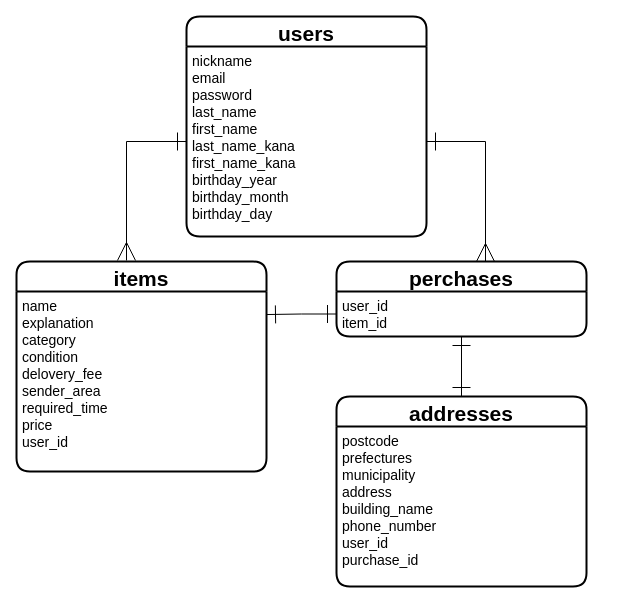
Before: er.dio in green-and/furima-33824, a draw.io diagram. Source tidied: cells renumbered, new cells numbered last; positions are measured from the earlier drawing's top-left corner, leaving out a move shared by most shapes. Both pictures are drawn from the tidied source at 100%, with x=0, y=0 at pixel (16, 16).
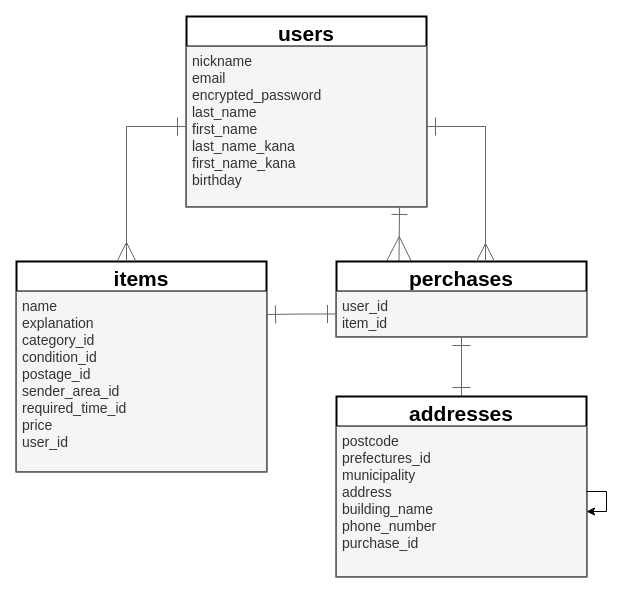
Above is the later version.

Commit message (it also covers changes not shown here):
データベース設計修正#1

The edit, as a diff of the source:
```diff
@@
 <mxGraphModel>
   <root>
     <mxCell id="0" />
     <mxCell id="1" parent="0" />
-    <mxCell id="2" value="items" style="swimlane;horizontal=1;startSize=30;rounded=1;fontSize=21;fontStyle=1;strokeWidth=2;shadow=0;dashed=0;align=center;" parent="1" vertex="1">
+    <mxCell id="2" value="items" style="swimlane;horizontal=1;startSize=30;rounded=1;fontSize=21;fontStyle=1;strokeWidth=2;shadow=0;dashed=0;align=center;arcSize=0;" parent="1" vertex="1">
       <mxGeometry y="245" width="250" height="210" as="geometry" />
     </mxCell>
-    <mxCell id="3" value="name&#10;explanation&#10;category&#10;condition&#10;delovery_fee&#10;sender_area&#10;required_time&#10;price&#10;user_id" style="align=left;strokeColor=none;fillColor=none;spacingLeft=4;fontSize=14;verticalAlign=top;" parent="2" vertex="1">
+    <mxCell id="3" value="name&#10;explanation&#10;category_id&#10;condition_id&#10;postage_id&#10;sender_area_id&#10;required_time_id&#10;price&#10;user_id" style="align=left;strokeColor=#666666;fillColor=#f5f5f5;spacingLeft=4;fontSize=14;verticalAlign=top;fontColor=#333333;" parent="2" vertex="1">
       <mxGeometry y="30" width="250" height="180" as="geometry" />
     </mxCell>
-    <mxCell id="4" value="users" style="swimlane;horizontal=1;startSize=30;rounded=1;fontSize=21;fontStyle=1;strokeWidth=2;shadow=0;dashed=0;align=center;" parent="1" vertex="1">
-      <mxGeometry x="170" width="240" height="220" as="geometry" />
+    <mxCell id="4" value="users" style="swimlane;horizontal=1;startSize=30;rounded=1;fontSize=21;fontStyle=1;strokeWidth=2;shadow=0;dashed=0;align=center;arcSize=0;" parent="1" vertex="1">
+      <mxGeometry x="170" width="240" height="190" as="geometry" />
     </mxCell>
-    <mxCell id="5" value="nickname&#10;email&#10;password&#10;last_name&#10;first_name&#10;last_name_kana&#10;first_name_kana&#10;birthday_year&#10;birthday_month&#10;birthday_day" style="align=left;strokeColor=none;fillColor=none;spacingLeft=4;fontSize=14;verticalAlign=top;" parent="4" vertex="1">
-      <mxGeometry y="30" width="240" height="190" as="geometry" />
+    <mxCell id="5" value="nickname&#10;email&#10;encrypted_password&#10;last_name&#10;first_name&#10;last_name_kana&#10;first_name_kana&#10;birthday" style="align=left;strokeColor=#666666;fillColor=#f5f5f5;spacingLeft=4;fontSize=14;verticalAlign=top;fontColor=#333333;" parent="4" vertex="1">
+      <mxGeometry y="30" width="240" height="160" as="geometry" />
     </mxCell>
+    <mxCell id="14" style="edgeStyle=orthogonalEdgeStyle;rounded=0;jettySize=auto;html=1;exitX=0.25;exitY=0;exitDx=0;exitDy=0;startArrow=ERmany;startFill=0;startSize=23;endSize=14;endArrow=ERone;endFill=0;fillColor=#f5f5f5;strokeColor=#666666;" parent="1" edge="1" source="6">
+      <mxGeometry relative="1" as="geometry">
+        <mxPoint x="383" y="190" as="targetPoint" />
+      </mxGeometry>
+    </mxCell>
-    <mxCell id="6" value="perchases" style="swimlane;horizontal=1;startSize=30;rounded=1;fontSize=21;fontStyle=1;strokeWidth=2;shadow=0;dashed=0;align=center;" parent="1" vertex="1">
+    <mxCell id="6" value="perchases" style="swimlane;horizontal=1;startSize=30;rounded=1;fontSize=21;fontStyle=1;strokeWidth=2;shadow=0;dashed=0;align=center;arcSize=0;" parent="1" vertex="1">
       <mxGeometry x="320" y="245" width="250" height="75" as="geometry" />
     </mxCell>
-    <mxCell id="7" value="user_id&#10;item_id" style="align=left;strokeColor=none;fillColor=none;spacingLeft=4;fontSize=14;verticalAlign=top;" parent="6" vertex="1">
+    <mxCell id="7" value="user_id&#10;item_id" style="align=left;strokeColor=#666666;fillColor=#f5f5f5;spacingLeft=4;fontSize=14;verticalAlign=top;fontColor=#333333;" parent="6" vertex="1">
       <mxGeometry y="30" width="250" height="45" as="geometry" />
     </mxCell>
-    <mxCell id="8" style="edgeStyle=orthogonalEdgeStyle;rounded=0;jettySize=auto;html=1;exitX=0.5;exitY=0;exitDx=0;exitDy=0;entryX=0.5;entryY=1;entryDx=0;entryDy=0;startArrow=ERone;startFill=0;startSize=16;endArrow=ERone;endFill=0;endSize=16;fontSize=21;" parent="1" edge="1" source="9" target="7">
+    <mxCell id="8" style="edgeStyle=orthogonalEdgeStyle;rounded=0;jettySize=auto;html=1;exitX=0.5;exitY=0;exitDx=0;exitDy=0;entryX=0.5;entryY=1;entryDx=0;entryDy=0;startArrow=ERone;startFill=0;startSize=16;endArrow=ERone;endFill=0;endSize=16;fontSize=21;fillColor=#f5f5f5;strokeColor=#666666;" parent="1" edge="1" source="9" target="7">
       <mxGeometry relative="1" as="geometry" />
     </mxCell>
-    <mxCell id="9" value="addresses" style="swimlane;horizontal=1;startSize=30;rounded=1;fontSize=21;fontStyle=1;strokeWidth=2;shadow=0;dashed=0;align=center;" parent="1" vertex="1">
-      <mxGeometry x="320" y="380" width="250" height="190" as="geometry" />
+    <mxCell id="9" value="addresses" style="swimlane;horizontal=1;startSize=30;rounded=1;fontSize=21;fontStyle=1;strokeWidth=2;shadow=0;dashed=0;align=center;arcSize=0;" parent="1" vertex="1">
+      <mxGeometry x="320" y="380" width="250" height="180" as="geometry" />
     </mxCell>
-    <mxCell id="10" value="postcode&#10;prefectures&#10;municipality&#10;address&#10;building_name&#10;phone_number&#10;user_id&#10;purchase_id" style="align=left;strokeColor=none;fillColor=none;spacingLeft=4;fontSize=14;verticalAlign=top;" parent="9" vertex="1">
-      <mxGeometry y="30" width="250" height="160" as="geometry" />
+    <mxCell id="10" value="postcode&#10;prefectures_id&#10;municipality&#10;address&#10;building_name&#10;phone_number&#10;purchase_id" style="align=left;strokeColor=#666666;fillColor=#f5f5f5;spacingLeft=4;fontSize=14;verticalAlign=top;fontColor=#333333;" parent="9" vertex="1">
+      <mxGeometry y="30" width="250" height="150" as="geometry" />
     </mxCell>
+    <mxCell id="15" style="edgeStyle=orthogonalEdgeStyle;rounded=0;orthogonalLoop=1;jettySize=auto;html=1;" parent="9" edge="1" source="10" target="10">
+      <mxGeometry relative="1" as="geometry" />
+    </mxCell>
-    <mxCell id="11" style="edgeStyle=orthogonalEdgeStyle;rounded=0;jettySize=auto;html=1;exitX=0;exitY=0.5;exitDx=0;exitDy=0;startArrow=ERone;startFill=0;startSize=16;endArrow=ERmany;endFill=0;endSize=16;fontSize=21;entryX=0.44;entryY=-0.005;entryDx=0;entryDy=0;entryPerimeter=0;" parent="1" edge="1" source="5" target="2">
+    <mxCell id="11" style="edgeStyle=orthogonalEdgeStyle;rounded=0;jettySize=auto;html=1;exitX=0;exitY=0.5;exitDx=0;exitDy=0;startArrow=ERone;startFill=0;startSize=16;endArrow=ERmany;endFill=0;endSize=16;fontSize=21;entryX=0.44;entryY=-0.005;entryDx=0;entryDy=0;entryPerimeter=0;fillColor=#f5f5f5;strokeColor=#666666;" parent="1" edge="1" source="5" target="2">
       <mxGeometry relative="1" as="geometry" />
     </mxCell>
-    <mxCell id="12" style="edgeStyle=orthogonalEdgeStyle;rounded=0;jettySize=auto;html=1;exitX=1;exitY=0.5;exitDx=0;exitDy=0;entryX=0.596;entryY=0;entryDx=0;entryDy=0;entryPerimeter=0;startArrow=ERone;startFill=0;startSize=16;endArrow=ERmany;endFill=0;endSize=16;fontSize=21;" parent="1" edge="1" source="5" target="6">
+    <mxCell id="12" style="edgeStyle=orthogonalEdgeStyle;rounded=0;jettySize=auto;html=1;exitX=1;exitY=0.5;exitDx=0;exitDy=0;entryX=0.596;entryY=0;entryDx=0;entryDy=0;entryPerimeter=0;startArrow=ERone;startFill=0;startSize=16;endArrow=ERmany;endFill=0;endSize=16;fontSize=21;fillColor=#f5f5f5;strokeColor=#666666;" parent="1" edge="1" source="5" target="6">
       <mxGeometry relative="1" as="geometry" />
     </mxCell>
-    <mxCell id="13" style="edgeStyle=orthogonalEdgeStyle;rounded=0;jettySize=auto;html=1;exitX=0;exitY=0.5;exitDx=0;exitDy=0;entryX=1;entryY=0.128;entryDx=0;entryDy=0;entryPerimeter=0;startArrow=ERone;startFill=0;startSize=16;endArrow=ERone;endFill=0;endSize=16;fontSize=21;" parent="1" edge="1" source="7" target="3">
+    <mxCell id="13" style="edgeStyle=orthogonalEdgeStyle;rounded=0;jettySize=auto;html=1;exitX=0;exitY=0.5;exitDx=0;exitDy=0;entryX=1;entryY=0.128;entryDx=0;entryDy=0;entryPerimeter=0;startArrow=ERone;startFill=0;startSize=16;endArrow=ERone;endFill=0;endSize=16;fontSize=21;fillColor=#f5f5f5;strokeColor=#666666;" parent="1" edge="1" source="7" target="3">
       <mxGeometry relative="1" as="geometry" />
     </mxCell>
   </root>
 </mxGraphModel>
```
